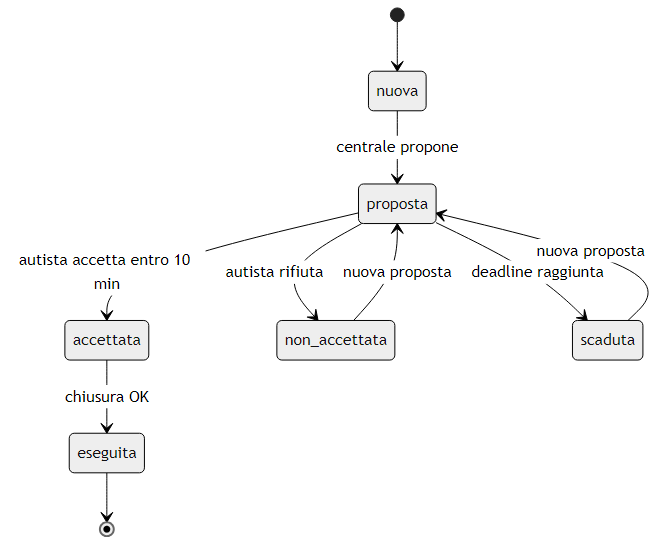
Above: docs/diagrams/rendered/mission_states.png in coluccimarco/fornitori-soccorso (Mermaid), before the change. Its source is kept beside it as docs/diagrams/mission_states.mmd.
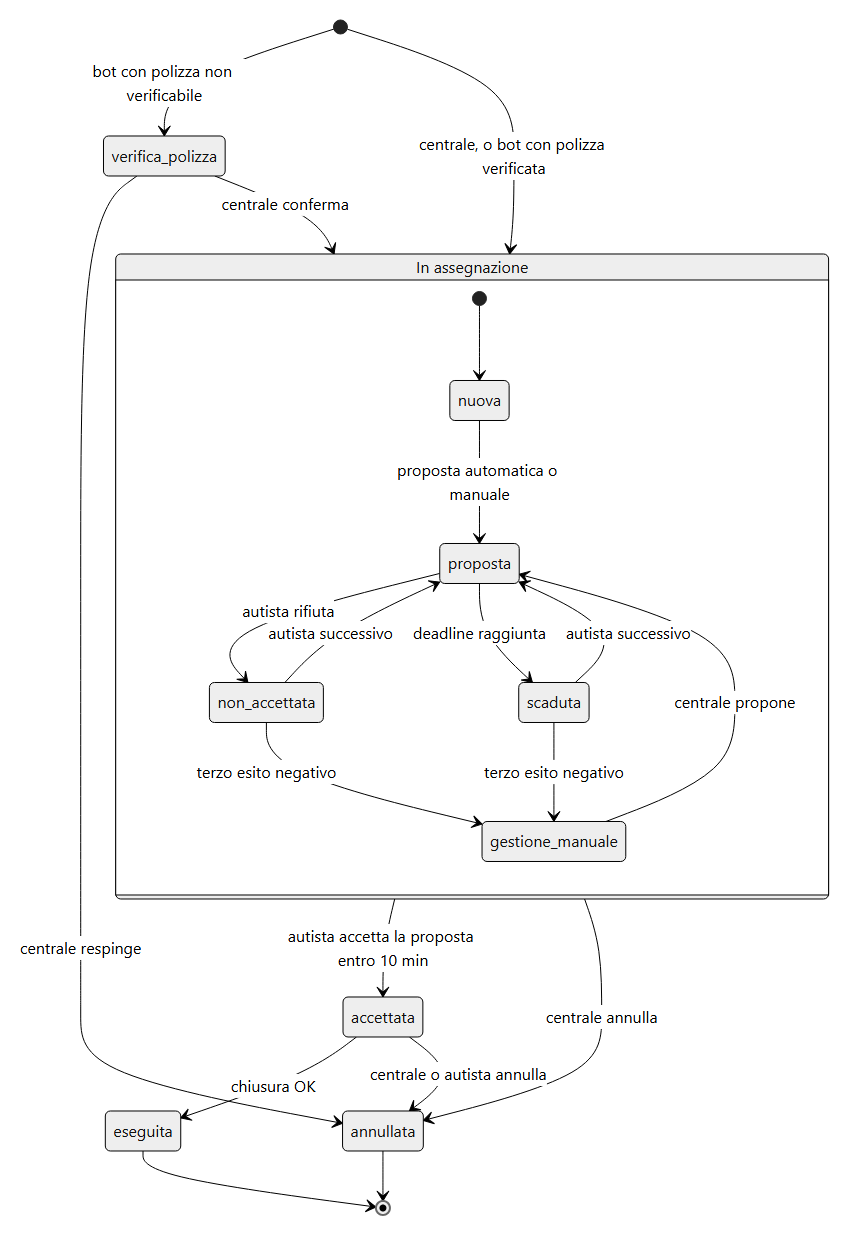
Above is the later version.

The edit, as a diff of the source:
```diff
@@ -1,10 +1,22 @@
 stateDiagram-v2
-    [*] --> nuova
-    nuova --> proposta: centrale propone
-    proposta --> accettata: autista accetta entro 10 min
-    proposta --> non_accettata: autista rifiuta
-    proposta --> scaduta: deadline raggiunta
-    non_accettata --> proposta: nuova proposta
-    scaduta --> proposta: nuova proposta
+    state "In assegnazione" as aperta {
+        [*] --> nuova
+        nuova --> proposta: proposta automatica o manuale
+        proposta --> non_accettata: autista rifiuta
+        proposta --> scaduta: deadline raggiunta
+        non_accettata --> proposta: autista successivo
+        scaduta --> proposta: autista successivo
+        non_accettata --> gestione_manuale: terzo esito negativo
+        scaduta --> gestione_manuale: terzo esito negativo
+        gestione_manuale --> proposta: centrale propone
+    }
+    [*] --> aperta: centrale, o bot con polizza verificata
+    [*] --> verifica_polizza: bot con polizza non verificabile
+    verifica_polizza --> aperta: centrale conferma
+    verifica_polizza --> annullata: centrale respinge
+    aperta --> accettata: autista accetta la proposta entro 10 min
+    aperta --> annullata: centrale annulla
     accettata --> eseguita: chiusura OK
+    accettata --> annullata: centrale o autista annulla
     eseguita --> [*]
+    annullata --> [*]
```
